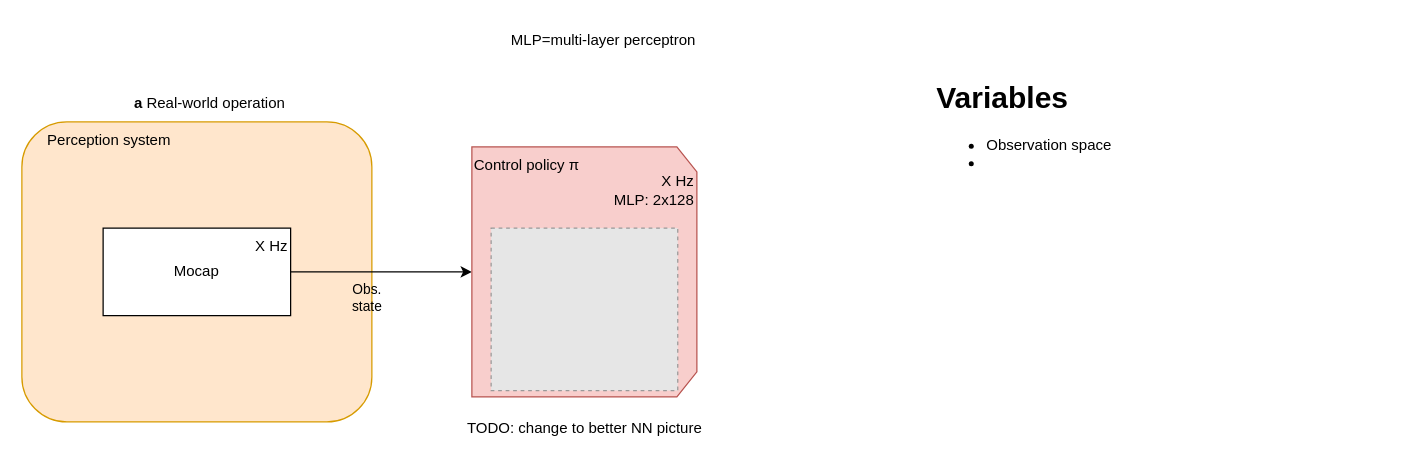
This is information_modelling.drawio from SAABmarine-MEX/saabmarineMEX_learning, a draw.io file, before an edit. Source tidied: cells renumbered, new cells numbered last; positions are measured from the earlier drawing's top-left corner, leaving out a move shared by most shapes. Both pictures are drawn from the tidied source at 125%, with x=0, y=0 at pixel (21, 21). Pictures stored in the file or linked from it are replaced by grey dashed boxes.
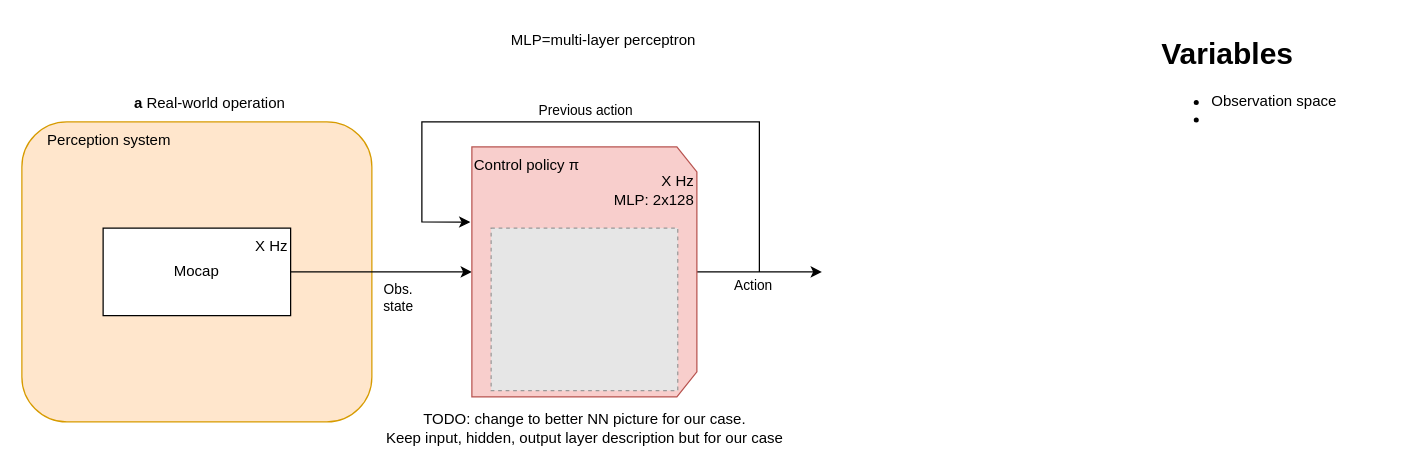
After the change.

Unchanged cells that the change refers to:
```xml
<mxCell id="5" style="edgeStyle=orthogonalEdgeStyle;rounded=0;jettySize=auto;html=1;exitX=1;exitY=0.5;exitDx=0;exitDy=0;entryX=0.5;entryY=1;entryDx=0;entryDy=0;" parent="1" edge="1" source="7" target="10">
  <mxGeometry relative="1" as="geometry" />
</mxCell>
<mxCell id="10" style="shape=loopLimit;whiteSpace=wrap;html=1;direction=south;fillColor=#f8cecc;strokeColor=#b85450;" parent="1" vertex="1">
  <mxGeometry x="360" y="100" width="180" height="200" as="geometry" />
</mxCell>
```

The edit, as a diff of the source:
```diff
@@
     <mxCell id="6" value="Obs.&lt;div&gt;state&lt;/div&gt;" style="edgeLabel;html=1;align=center;verticalAlign=middle;fontColor=default;labelBackgroundColor=none;" parent="5" vertex="1">
       <mxGeometry x="-0.36" y="-1" relative="1" as="geometry">
-        <mxPoint x="14" y="19" as="offset" />
+        <mxPoint x="39" y="19" as="offset" />
       </mxGeometry>
     </mxCell>
@@
     <mxCell id="8" value="&lt;h1 style=&quot;margin-top: 0px;&quot;&gt;Variables&lt;/h1&gt;&lt;p&gt;&lt;/p&gt;&lt;ul&gt;&lt;li&gt;Observation space&lt;/li&gt;&lt;li&gt;&lt;br&gt;&lt;/li&gt;&lt;/ul&gt;&lt;p&gt;&lt;/p&gt;" style="text;html=1;whiteSpace=wrap;overflow=hidden;rounded=0;" parent="1" vertex="1">
-      <mxGeometry x="730" y="40" width="180" height="120" as="geometry" />
+      <mxGeometry x="910" y="5" width="180" height="120" as="geometry" />
     </mxCell>
@@
+    <mxCell id="16" style="edgeStyle=orthogonalEdgeStyle;rounded=0;jettySize=auto;html=1;exitX=0.5;exitY=0;exitDx=0;exitDy=0;" parent="1" edge="1" source="10">
+      <mxGeometry relative="1" as="geometry">
+        <mxPoint x="640" y="200" as="targetPoint" />
+      </mxGeometry>
+    </mxCell>
+    <mxCell id="17" value="Action" style="edgeLabel;html=1;align=center;verticalAlign=middle;" parent="16" vertex="1">
+      <mxGeometry x="-0.12" y="-2" relative="1" as="geometry">
+        <mxPoint y="8" as="offset" />
+      </mxGeometry>
+    </mxCell>
@@
-    <mxCell id="15" value="TODO: change to better NN picture" style="text;html=1;align=center;verticalAlign=middle;strokeColor=none;fillColor=none;" parent="1" vertex="1">
-      <mxGeometry x="345" y="310" width="210" height="30" as="geometry" />
+    <mxCell id="15" value="TODO: change to better NN picture for our case.&lt;div&gt;Keep input, hidden, output layer description but for our case&lt;/div&gt;" style="text;html=1;align=center;verticalAlign=middle;strokeColor=none;fillColor=none;" parent="1" vertex="1">
+      <mxGeometry x="280" y="305" width="340" height="40" as="geometry" />
     </mxCell>
+    <mxCell id="18" style="endArrow=classic;html=1;rounded=0;entryX=0.301;entryY=1.007;entryDx=0;entryDy=0;entryPerimeter=0;" parent="1" edge="1" target="10">
+      <mxGeometry relative="1" as="geometry">
+        <mxPoint x="590" y="200" as="sourcePoint" />
+        <Array as="points">
+          <mxPoint x="590" y="80" />
+          <mxPoint x="320" y="80" />
+          <mxPoint x="320" y="160" />
+        </Array>
+      </mxGeometry>
+    </mxCell>
+    <mxCell id="19" value="Previous action" style="edgeLabel;html=1;align=center;verticalAlign=middle;" parent="18" vertex="1">
+      <mxGeometry x="0.04" y="-2" relative="1" as="geometry">
+        <mxPoint x="5" y="-8" as="offset" />
+      </mxGeometry>
+    </mxCell>
```
